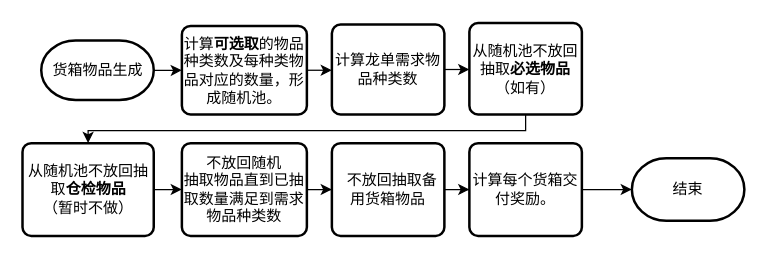
Before: page "第 4 页" (4 of 4) of Untitled Diagram.drawio in fanyixin0428/towerdefencegame, a draw.io diagram. Source tidied: cells renumbered, new cells numbered last; positions are measured from the earlier drawing's top-left corner, leaving out a move shared by most shapes. Both pictures are drawn from the tidied source at 125%, with x=0, y=0 at pixel (21, 22).
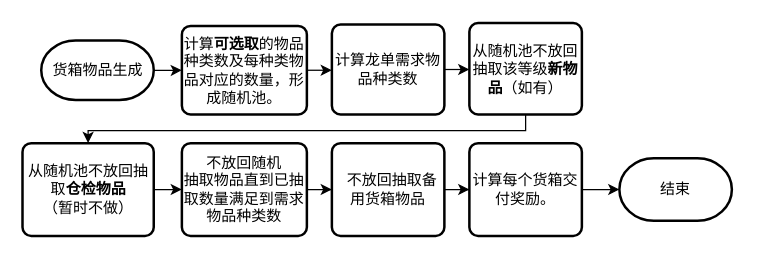
The same diagram, later.

The edit, as a diff of the source:
```diff
@@
     <mxCell id="4" value="结束" style="strokeWidth=2;html=1;shape=mxgraph.flowchart.terminator;whiteSpace=wrap;" parent="1" vertex="1">
-      <mxGeometry x="488" y="108.1" width="90" height="50" as="geometry" />
+      <mxGeometry x="478" y="108.1" width="90" height="50" as="geometry" />
     </mxCell>
@@
-    <mxCell id="11" value="从随机池不放回抽取&lt;b&gt;必选物品&lt;/b&gt;（如有）" style="rounded=1;whiteSpace=wrap;html=1;absoluteArcSize=1;arcSize=14;strokeWidth=2;" parent="1" vertex="1">
+    <mxCell id="11" value="从随机池不放回抽取该等级&lt;b&gt;新物品&lt;/b&gt;（如有）" style="rounded=1;whiteSpace=wrap;html=1;absoluteArcSize=1;arcSize=14;strokeWidth=2;" parent="1" vertex="1">
       <mxGeometry x="358" y="-0.1" width="90" height="73.2" as="geometry" />
     </mxCell>
```
